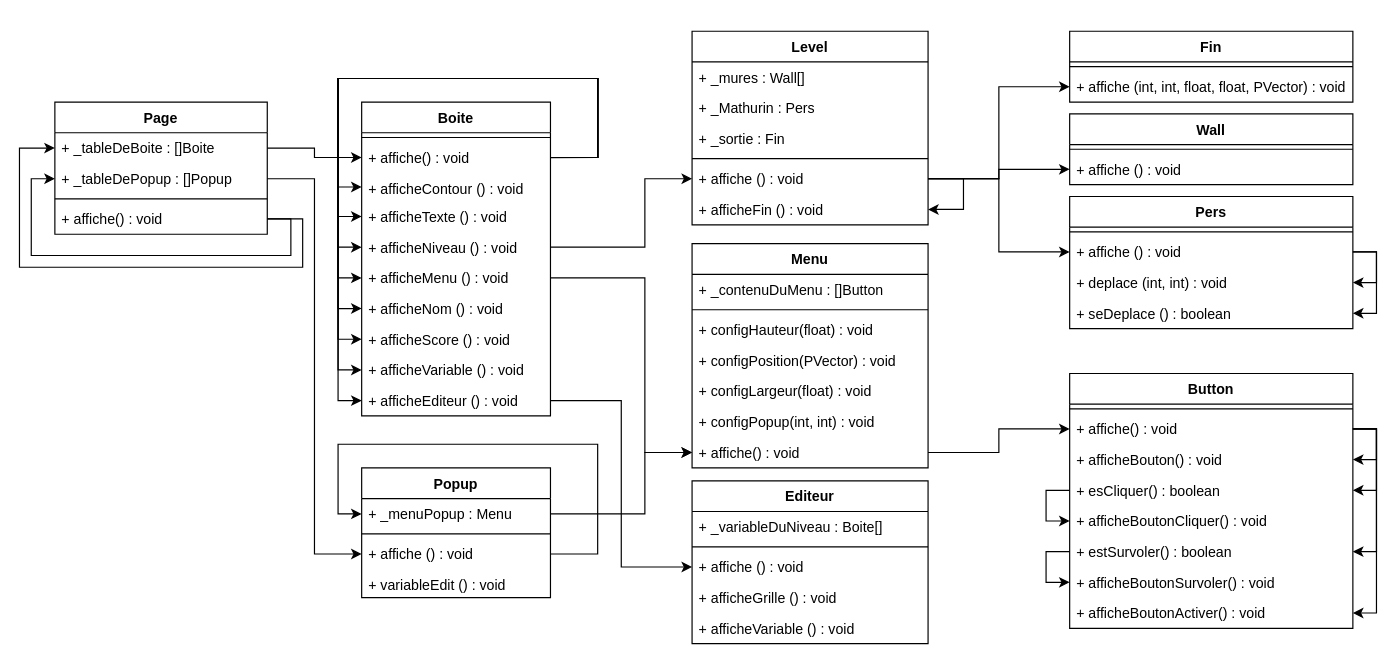
The draw.io diagram Compte_Rendu/Affichage .drawio in pastekaztekastor/Cheat-Sheet, before the edit. Source tidied: cells renumbered, new cells numbered last; positions are measured from the earlier drawing's top-left corner, leaving out a move shared by most shapes. Both pictures are drawn from the tidied source at 118%, with x=0, y=0 at pixel (19, 31).
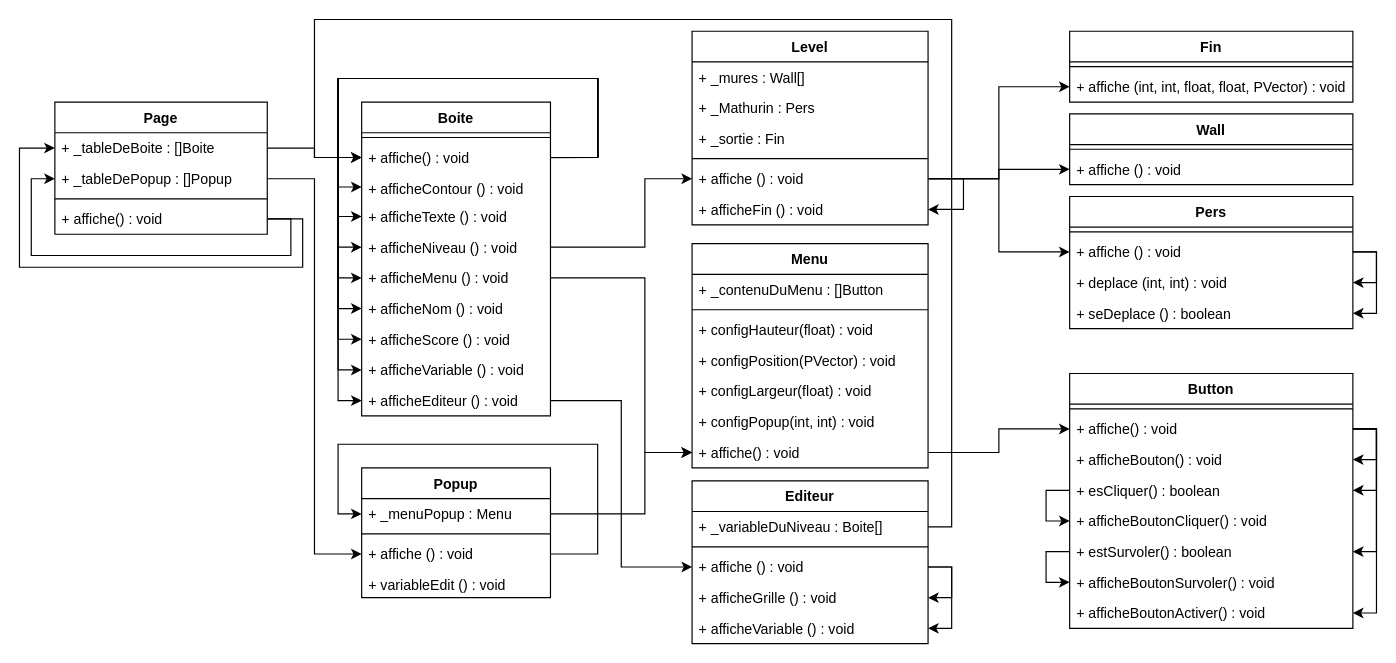
The same diagram, later.

Unchanged cells that the change refers to:
```xml
<mxCell id="42" value="+ affiche() : void" style="text;strokeColor=none;fillColor=none;align=left;verticalAlign=top;spacingLeft=4;spacingRight=4;overflow=hidden;points=[[0,0.5],[1,0.5]];portConstraint=eastwest;" parent="32" vertex="1">
  <mxGeometry y="34" width="160" height="26" as="geometry" />
</mxCell>
<mxCell id="73" value="Editeur" style="swimlane;fontStyle=1;align=center;verticalAlign=top;horizontal=1;startSize=26;" parent="1" vertex="1">
  <mxGeometry x="570" y="381" width="200" height="138" as="geometry" />
</mxCell>
<mxCell id="74" value="+ _variableDuNiveau : Boite[]" style="text;strokeColor=none;fillColor=none;align=left;verticalAlign=top;spacingLeft=4;spacingRight=4;overflow=hidden;points=[[0,0.5],[1,0.5]];portConstraint=eastwest;" parent="73" vertex="1">
  <mxGeometry y="26" width="200" height="26" as="geometry" />
</mxCell>
<mxCell id="76" value="+ affiche () : void" style="text;strokeColor=none;fillColor=none;align=left;verticalAlign=top;spacingLeft=4;spacingRight=4;overflow=hidden;points=[[0,0.5],[1,0.5]];portConstraint=eastwest;" parent="73" vertex="1">
  <mxGeometry y="60" width="200" height="26" as="geometry" />
</mxCell>
<mxCell id="77" value="+ afficheGrille () : void" style="text;strokeColor=none;fillColor=none;align=left;verticalAlign=top;spacingLeft=4;spacingRight=4;overflow=hidden;points=[[0,0.5],[1,0.5]];portConstraint=eastwest;" parent="73" vertex="1">
  <mxGeometry y="86" width="200" height="26" as="geometry" />
</mxCell>
<mxCell id="78" value="+ afficheVariable () : void" style="text;strokeColor=none;fillColor=none;align=left;verticalAlign=top;spacingLeft=4;spacingRight=4;overflow=hidden;points=[[0,0.5],[1,0.5]];portConstraint=eastwest;" parent="73" vertex="1">
  <mxGeometry y="112" width="200" height="26" as="geometry" />
</mxCell>
```

What changed in the source:
```diff
@@
+    <mxCell id="95" style="edgeStyle=orthogonalEdgeStyle;rounded=0;jettySize=auto;html=1;exitX=1;exitY=0.5;exitDx=0;exitDy=0;entryX=1;entryY=0.5;entryDx=0;entryDy=0;" parent="73" edge="1" source="76" target="77">
+      <mxGeometry relative="1" as="geometry">
+        <Array as="points">
+          <mxPoint x="220" y="73" />
+          <mxPoint x="220" y="99" />
+        </Array>
+      </mxGeometry>
+    </mxCell>
+    <mxCell id="96" style="edgeStyle=orthogonalEdgeStyle;rounded=0;jettySize=auto;html=1;exitX=1;exitY=0.5;exitDx=0;exitDy=0;entryX=1;entryY=0.5;entryDx=0;entryDy=0;" parent="73" edge="1" source="76" target="78">
+      <mxGeometry relative="1" as="geometry" />
+    </mxCell>
@@
+    <mxCell id="97" style="edgeStyle=orthogonalEdgeStyle;rounded=0;jettySize=auto;html=1;exitX=1;exitY=0.5;exitDx=0;exitDy=0;entryX=0;entryY=0.5;entryDx=0;entryDy=0;" parent="1" edge="1" source="74" target="42">
+      <mxGeometry relative="1" as="geometry">
+        <Array as="points">
+          <mxPoint x="790" y="420" />
+          <mxPoint x="790" y="-10" />
+          <mxPoint x="250" y="-10" />
+          <mxPoint x="250" y="107" />
+        </Array>
+      </mxGeometry>
+    </mxCell>
```
